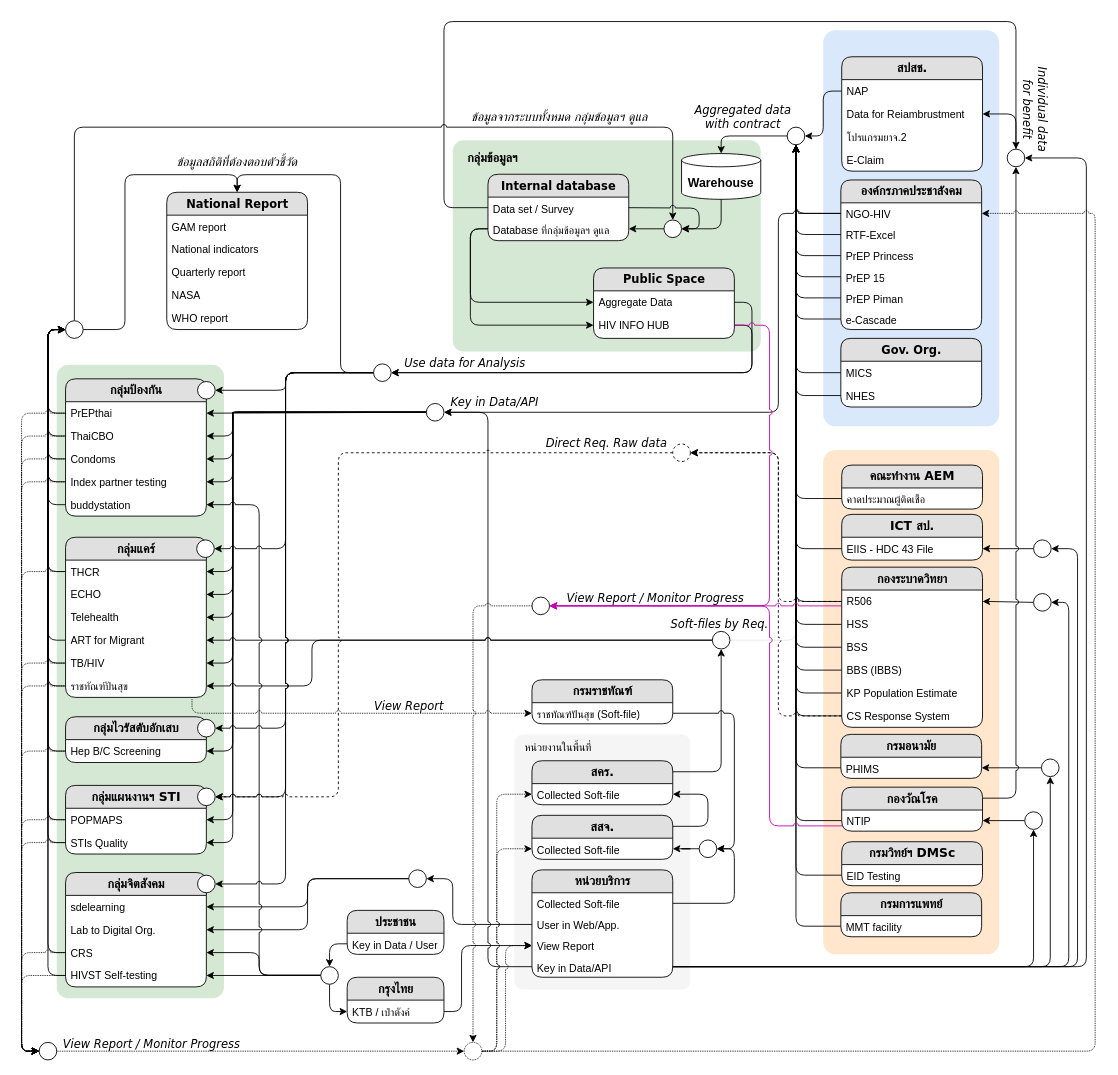
Above: page "V3" (1 of 4) of DataSourceOVW.drawio in anun311/regist (draw.io), before the change. Source tidied: cells renumbered, new cells numbered last; positions are measured from the earlier drawing's top-left corner, leaving out a move shared by most shapes. Both pictures are drawn from the tidied source at 88%, with x=0, y=0 at pixel (39, 21).
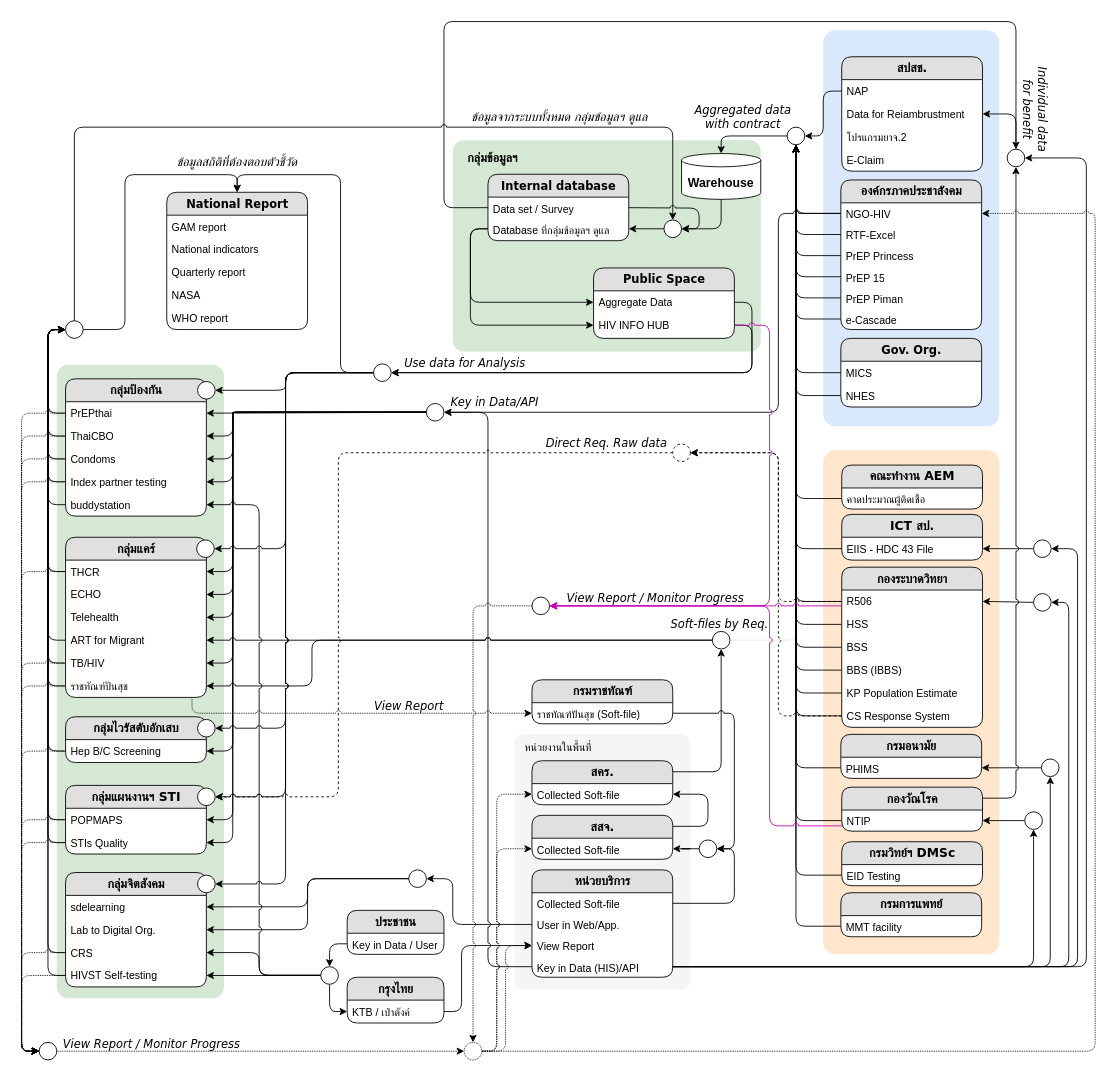
The same diagram, later.

The change refers to these unchanged cells:
```xml
<mxCell id="32" value="&lt;b&gt;&lt;font style=&quot;font-size: 14px;&quot;&gt;หน่วยบริการ&lt;/font&gt;&lt;/b&gt;" style="swimlane;html=1;fontStyle=0;horizontal=1;startSize=26;fillColor=#e0e0e0;swimlaneFillColor=#ffffff;align=center;rounded=1;shadow=0;comic=0;labelBackgroundColor=none;strokeWidth=1;fontFamily=Verdana;fontSize=12;" parent="1" vertex="1">
  <mxGeometry x="560" y="964" width="160" height="122" as="geometry" />
</mxCell>
```

The edit, as a diff of the source:
```diff
@@
-    <mxCell id="36" value="Key in Data/API" style="text;html=1;strokeColor=none;fillColor=none;spacingLeft=4;spacingRight=4;whiteSpace=wrap;overflow=hidden;points=[[0,0.5],[1,0.5]];portConstraint=eastwest;" parent="32" vertex="1">
+    <mxCell id="36" value="Key in Data (HIS)/API" style="text;html=1;strokeColor=none;fillColor=none;spacingLeft=4;spacingRight=4;whiteSpace=wrap;overflow=hidden;points=[[0,0.5],[1,0.5]];portConstraint=eastwest;" parent="32" vertex="1">
       <mxGeometry y="98" width="160" height="24" as="geometry" />
     </mxCell>
```
